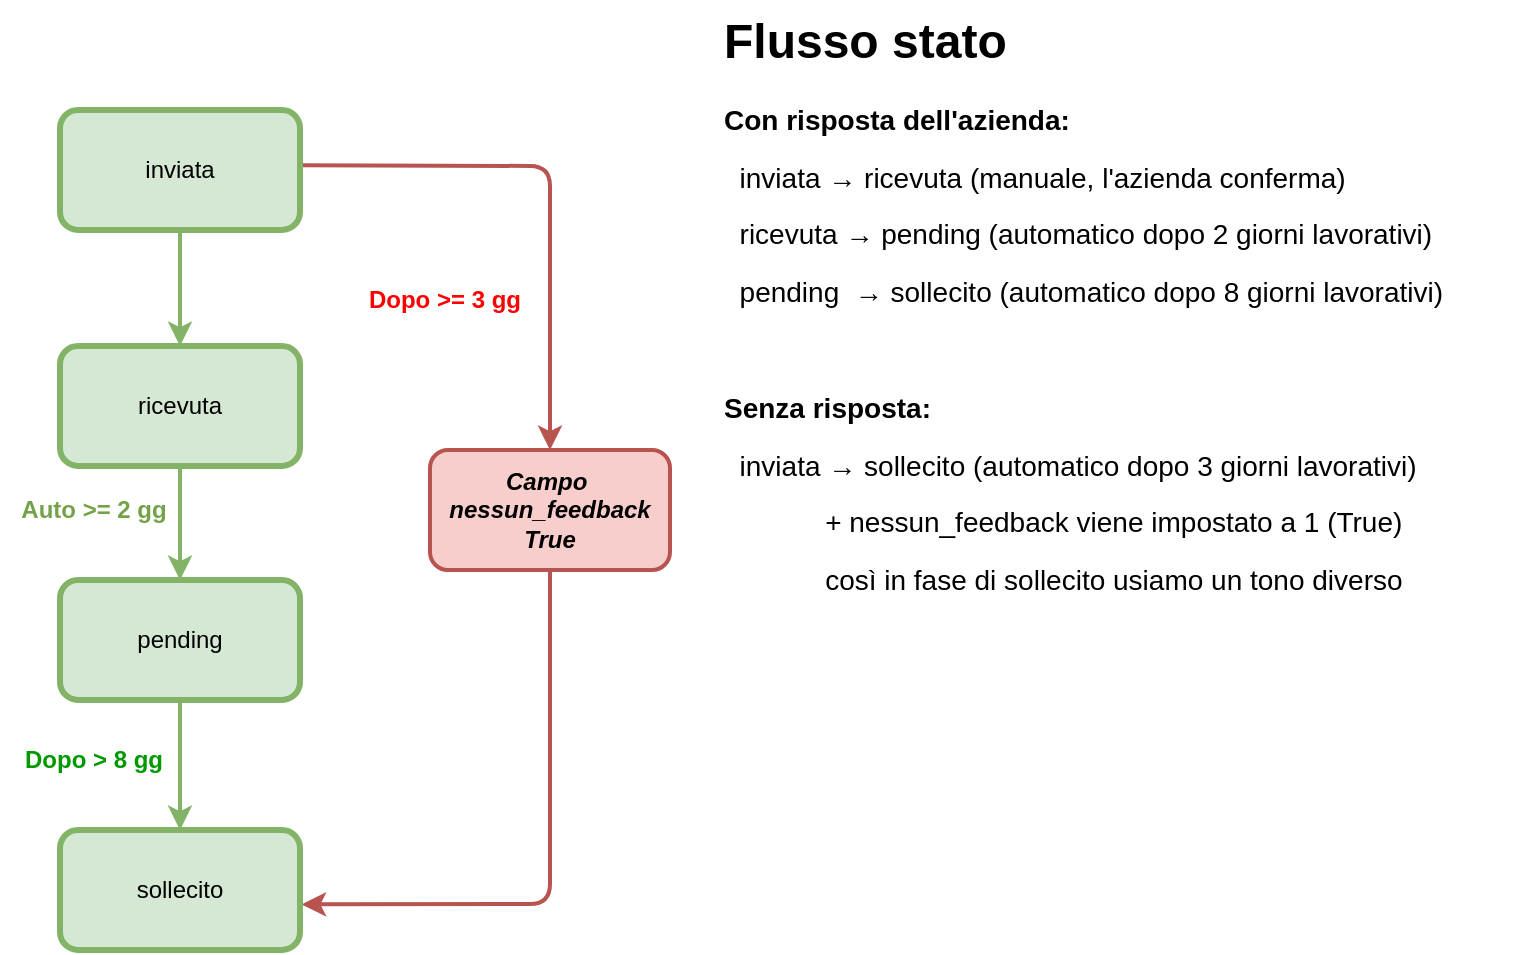
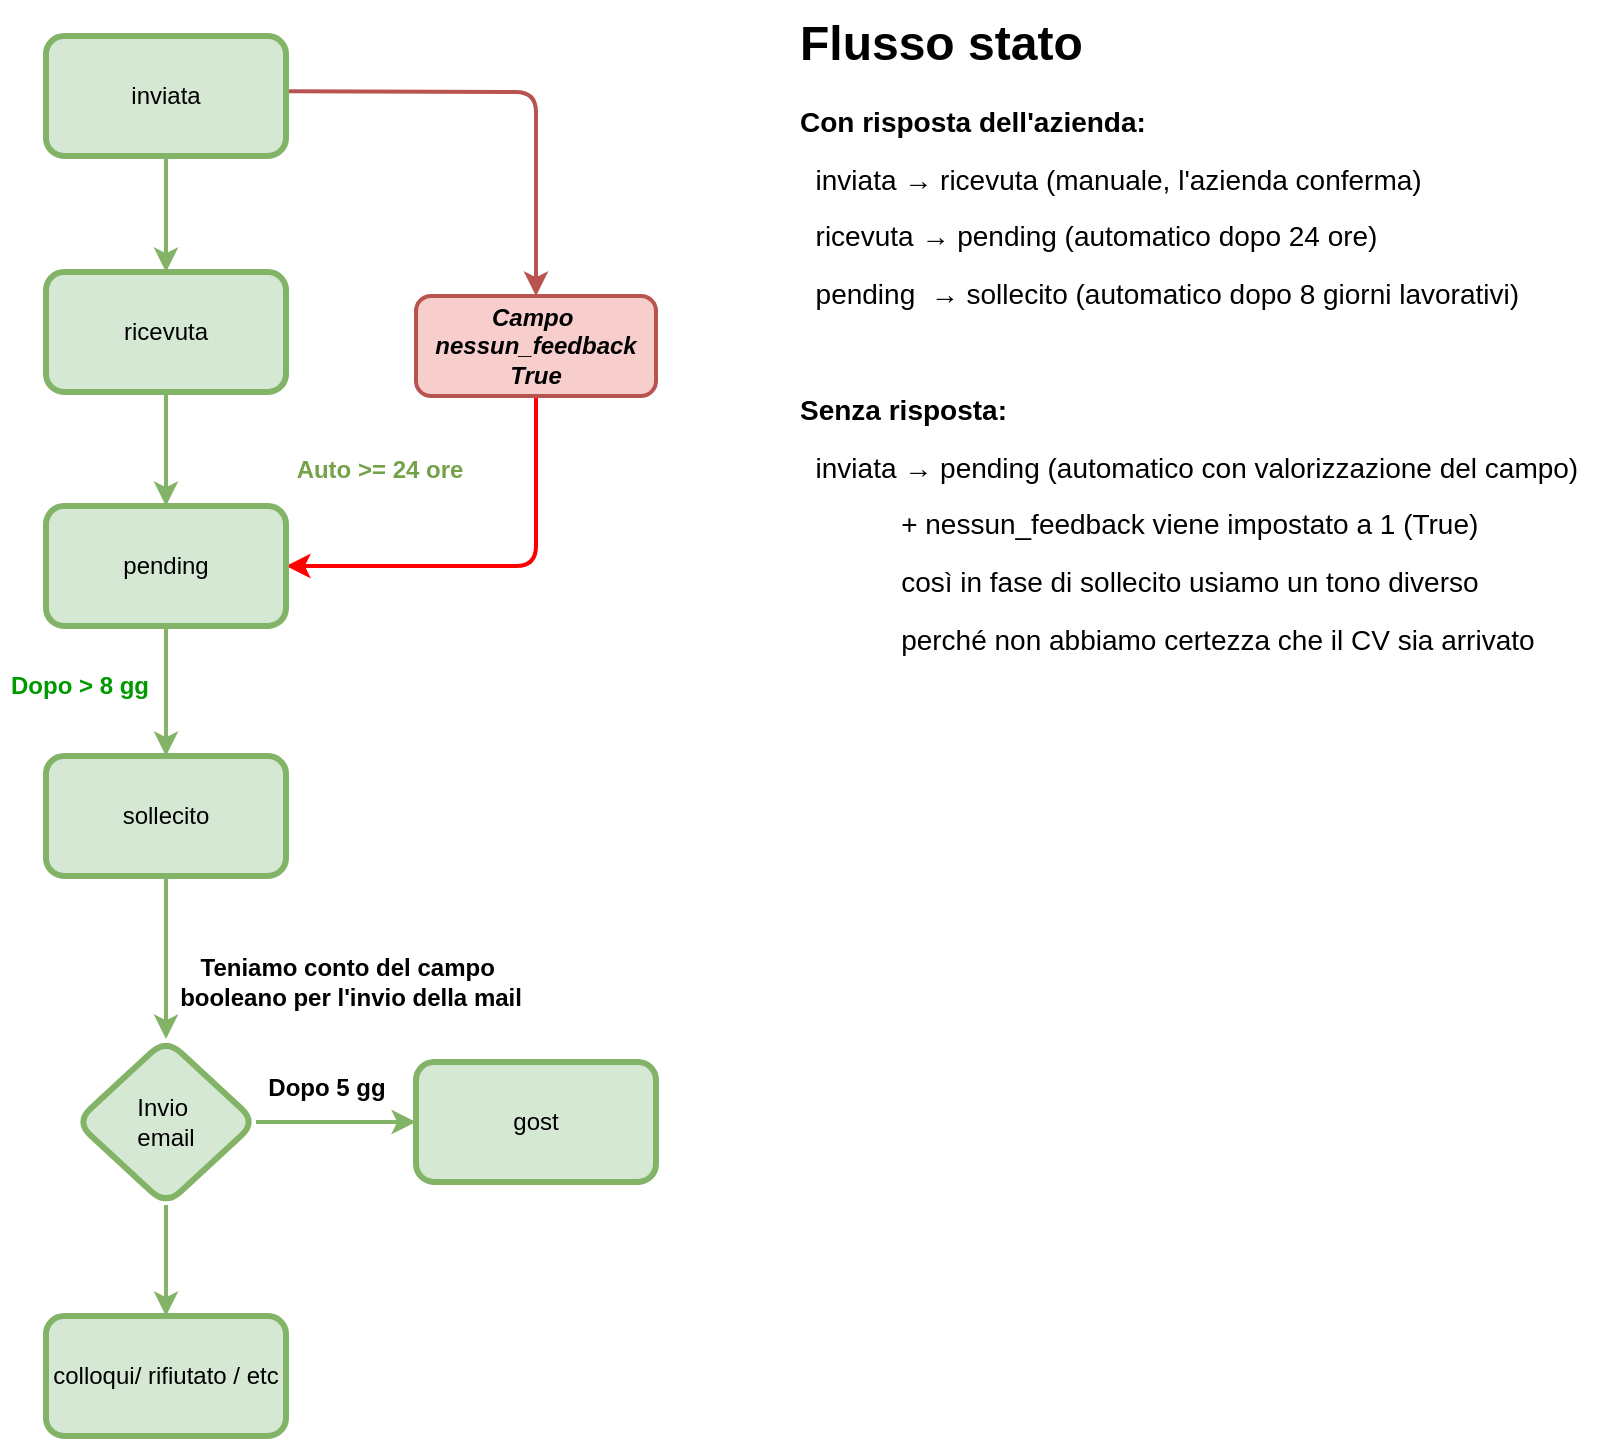
<mxfile host="65bd71144e">
    <diagram id="EIDfZSEo8bMUYzY8iJF5" name="Page-1">
-         <mxGraphModel dx="1670" dy="563" grid="1" gridSize="10" guides="1" tooltips="1" connect="1" arrows="1" fold="1" page="1" pageScale="1" pageWidth="850" pageHeight="1100" math="0" shadow="0">
+         <mxGraphModel dx="1761" dy="512" grid="1" gridSize="10" guides="1" tooltips="1" connect="1" arrows="1" fold="1" page="1" pageScale="1" pageWidth="850" pageHeight="1100" math="0" shadow="0">
            <root>
                <mxCell id="0"/>
                <mxCell id="1" parent="0"/>
                <mxCell id="21" value="" style="edgeStyle=none;html=1;strokeWidth=2;fillColor=#d5e8d4;strokeColor=#82b366;" parent="1" source="2" target="3" edge="1">
                    <mxGeometry relative="1" as="geometry"/>
                </mxCell>
                <mxCell id="25" value="" style="edgeStyle=none;html=1;entryX=0.5;entryY=0;entryDx=0;entryDy=0;strokeWidth=2;fillColor=#f8cecc;strokeColor=#b85450;" parent="1" target="4" edge="1">
                    <mxGeometry relative="1" as="geometry">
                        <mxPoint x="-680" y="97.6" as="sourcePoint"/>
                        <mxPoint x="-564.3599999999999" y="189.99999999999997" as="targetPoint"/>
                        <Array as="points">
                            <mxPoint x="-555" y="98"/>
                        </Array>
                    </mxGeometry>
                </mxCell>
                <mxCell id="2" value="inviata" style="rounded=1;whiteSpace=wrap;html=1;fillColor=#d5e8d4;strokeColor=#82b366;strokeWidth=3;" parent="1" vertex="1">
                    <mxGeometry x="-800" y="70" width="120" height="60" as="geometry"/>
                </mxCell>
-                 <mxCell id="23" style="edgeStyle=none;html=1;entryX=1.007;entryY=0.62;entryDx=0;entryDy=0;exitX=0.5;exitY=1;exitDx=0;exitDy=0;strokeWidth=2;entryPerimeter=0;fillColor=#f8cecc;strokeColor=#b85450;" parent="1" source="4" target="6" edge="1">
+                 <mxCell id="39" style="edgeStyle=none;html=1;entryX=1;entryY=0.5;entryDx=0;entryDy=0;strokeWidth=2;strokeColor=#FF0000;" edge="1" parent="1" source="4" target="5">
                    <mxGeometry relative="1" as="geometry">
                        <Array as="points">
-                             <mxPoint x="-555" y="330"/>
-                             <mxPoint x="-555" y="467"/>
+                             <mxPoint x="-555" y="335"/>
                        </Array>
                    </mxGeometry>
                </mxCell>
                <mxCell id="4" value="&lt;i&gt;&lt;b&gt;Campo&amp;nbsp;&lt;/b&gt;&lt;/i&gt;&lt;div&gt;&lt;i&gt;&lt;b&gt;nessun_feedback&lt;/b&gt;&lt;/i&gt;&lt;/div&gt;&lt;div&gt;&lt;b&gt;&lt;i&gt;True&lt;/i&gt;&lt;/b&gt;&lt;/div&gt;" style="rounded=1;whiteSpace=wrap;html=1;fillColor=#f8cecc;strokeColor=#b85450;strokeWidth=2;" parent="1" vertex="1">
-                     <mxGeometry x="-615" y="240" width="120" height="60" as="geometry"/>
+                     <mxGeometry x="-615" y="200" width="120" height="50" as="geometry"/>
                </mxCell>
                <mxCell id="14" style="edgeStyle=none;html=1;entryX=0.5;entryY=0;entryDx=0;entryDy=0;strokeWidth=2;fillColor=#d5e8d4;strokeColor=#82b366;" parent="1" source="5" target="6" edge="1">
                    <mxGeometry relative="1" as="geometry"/>
                </mxCell>
                <mxCell id="5" value="pending" style="rounded=1;whiteSpace=wrap;html=1;fillColor=#d5e8d4;strokeColor=#82b366;strokeWidth=3;" parent="1" vertex="1">
                    <mxGeometry x="-800" y="305" width="120" height="60" as="geometry"/>
                </mxCell>
+                 <mxCell id="45" value="" style="edgeStyle=none;html=1;fillColor=#d5e8d4;strokeColor=#82b366;strokeWidth=2;" edge="1" parent="1" source="6" target="44">
+                     <mxGeometry relative="1" as="geometry"/>
+                 </mxCell>
                <mxCell id="6" value="sollecito" style="rounded=1;whiteSpace=wrap;html=1;fillColor=#d5e8d4;strokeColor=#82b366;strokeWidth=3;" parent="1" vertex="1">
                    <mxGeometry x="-800" y="430" width="120" height="60" as="geometry"/>
-                 </mxCell>
-                 <mxCell id="19" value="&lt;b&gt;&lt;font style=&quot;color: rgb(255, 0, 0);&quot;&gt;Dopo &amp;gt;= 3 gg&lt;/font&gt;&lt;/b&gt;" style="text;html=1;align=center;verticalAlign=middle;whiteSpace=wrap;rounded=0;" parent="1" vertex="1">
-                     <mxGeometry x="-660" y="150" width="105" height="30" as="geometry"/>
                </mxCell>
                <mxCell id="26" style="edgeStyle=none;html=1;exitX=0.5;exitY=1;exitDx=0;exitDy=0;strokeWidth=2;entryX=0.5;entryY=0;entryDx=0;entryDy=0;fillColor=#d5e8d4;strokeColor=#82b366;" parent="1" source="3" target="5" edge="1">
                    <mxGeometry relative="1" as="geometry">
                        <mxPoint x="-740" y="340" as="targetPoint"/>
                        <Array as="points"/>
                    </mxGeometry>
                </mxCell>
                <mxCell id="3" value="ricevuta" style="rounded=1;whiteSpace=wrap;html=1;fillColor=#d5e8d4;strokeColor=#82b366;strokeWidth=3;" parent="1" vertex="1">
                    <mxGeometry x="-800" y="188" width="120" height="60" as="geometry"/>
                </mxCell>
                <mxCell id="31" value="&lt;font style=&quot;color: rgb(0, 153, 0);&quot;&gt;&lt;b&gt;Dopo &amp;gt; 8 gg&lt;/b&gt;&lt;/font&gt;" style="text;html=1;align=center;verticalAlign=middle;whiteSpace=wrap;rounded=0;fontColor=#009900;" parent="1" vertex="1">
                    <mxGeometry x="-823" y="380" width="80" height="30" as="geometry"/>
                </mxCell>
-                 <mxCell id="37" value="&lt;b&gt;Auto &amp;gt;= 2 gg&lt;/b&gt;" style="text;html=1;align=center;verticalAlign=middle;whiteSpace=wrap;rounded=0;fontStyle=0;fontColor=light-dark(#75a249, #88b45c);labelBackgroundColor=none;labelBorderColor=none;horizontal=1;" parent="1" vertex="1">
-                     <mxGeometry x="-830" y="252" width="94" height="36" as="geometry"/>
+                 <mxCell id="37" value="&lt;b&gt;Auto &amp;gt;= 24 ore&lt;/b&gt;" style="text;html=1;align=center;verticalAlign=middle;whiteSpace=wrap;rounded=0;fontStyle=0;fontColor=light-dark(#75a249, #88b45c);labelBackgroundColor=none;labelBorderColor=none;horizontal=1;" parent="1" vertex="1">
+                     <mxGeometry x="-680" y="269" width="94" height="36" as="geometry"/>
                </mxCell>
-                 <mxCell id="38" value="&lt;h1 style=&quot;margin-top: 0px;&quot;&gt;Flusso stato&lt;/h1&gt;&lt;p&gt;&lt;font style=&quot;font-size: 14px;&quot;&gt;&lt;b&gt;Con risposta dell&#39;azienda:&lt;/b&gt;&lt;/font&gt;&lt;/p&gt;&lt;p&gt;&lt;font style=&quot;font-size: 14px;&quot;&gt;&amp;nbsp; inviata → ricevuta (manuale, l&#39;azienda conferma)&lt;/font&gt;&lt;/p&gt;&lt;p&gt;&lt;font style=&quot;font-size: 14px;&quot;&gt;&amp;nbsp; ricevuta → pending (automatico dopo 2 giorni lavorativi)&lt;/font&gt;&lt;/p&gt;&lt;p&gt;&lt;font style=&quot;font-size: 14px;&quot;&gt;&amp;nbsp; pending&amp;nbsp; → sollecito (automatico dopo 8 giorni lavorativi)&lt;/font&gt;&lt;/p&gt;&lt;p&gt;&lt;font style=&quot;font-size: 14px;&quot;&gt;&lt;br&gt;&lt;/font&gt;&lt;/p&gt;&lt;p&gt;&lt;font style=&quot;font-size: 14px;&quot;&gt;&lt;b&gt;Senza risposta:&lt;/b&gt;&lt;/font&gt;&lt;/p&gt;&lt;p&gt;&lt;font style=&quot;font-size: 14px;&quot;&gt;&amp;nbsp; inviata → sollecito (automatico dopo 3 giorni lavorativi)&lt;/font&gt;&lt;/p&gt;&lt;p&gt;&lt;font style=&quot;font-size: 14px;&quot;&gt;&amp;nbsp; &amp;nbsp; &amp;nbsp; &amp;nbsp; &amp;nbsp; &amp;nbsp; &amp;nbsp;+ nessun_feedback viene impostato a 1 (True)&lt;/font&gt;&lt;/p&gt;&lt;p&gt;&lt;font style=&quot;font-size: 14px;&quot;&gt;&amp;nbsp; &amp;nbsp; &amp;nbsp; &amp;nbsp; &amp;nbsp; &amp;nbsp; &amp;nbsp;così in fase di sollecito usiamo un tono diverso&lt;/font&gt;&lt;/p&gt;&lt;p&gt;&lt;font style=&quot;font-size: 14px;&quot;&gt;&amp;nbsp; &amp;nbsp; &amp;nbsp; &amp;nbsp; &amp;nbsp; &amp;nbsp; &amp;nbsp;perché non abbiamo certezza che il CV sia arrivato&lt;/font&gt;&lt;/p&gt;" style="text;html=1;whiteSpace=wrap;overflow=hidden;rounded=0;" vertex="1" parent="1">
-                     <mxGeometry x="-470" y="15" width="400" height="300" as="geometry"/>
+                 <mxCell id="38" value="&lt;h1 style=&quot;margin-top: 0px;&quot;&gt;Flusso stato&lt;/h1&gt;&lt;p&gt;&lt;font style=&quot;font-size: 14px;&quot;&gt;&lt;b&gt;Con risposta dell&#39;azienda:&lt;/b&gt;&lt;/font&gt;&lt;/p&gt;&lt;p&gt;&lt;font style=&quot;font-size: 14px;&quot;&gt;&amp;nbsp; inviata → ricevuta (manuale, l&#39;azienda conferma)&lt;/font&gt;&lt;/p&gt;&lt;p&gt;&lt;font style=&quot;font-size: 14px;&quot;&gt;&amp;nbsp; ricevuta → pending (automatico dopo 24 ore)&lt;/font&gt;&lt;/p&gt;&lt;p&gt;&lt;font style=&quot;font-size: 14px;&quot;&gt;&amp;nbsp; pending&amp;nbsp; → sollecito (automatico dopo 8 giorni lavorativi)&lt;/font&gt;&lt;/p&gt;&lt;p&gt;&lt;font style=&quot;font-size: 14px;&quot;&gt;&lt;br&gt;&lt;/font&gt;&lt;/p&gt;&lt;p&gt;&lt;font style=&quot;font-size: 14px;&quot;&gt;&lt;b&gt;Senza risposta:&lt;/b&gt;&lt;/font&gt;&lt;/p&gt;&lt;p&gt;&lt;font style=&quot;font-size: 14px;&quot;&gt;&amp;nbsp; inviata → pending (automatico con valorizzazione del campo)&lt;/font&gt;&lt;/p&gt;&lt;p&gt;&lt;font style=&quot;font-size: 14px;&quot;&gt;&amp;nbsp; &amp;nbsp; &amp;nbsp; &amp;nbsp; &amp;nbsp; &amp;nbsp; &amp;nbsp;+ nessun_feedback viene impostato a 1 (True)&lt;/font&gt;&lt;/p&gt;&lt;p&gt;&lt;font style=&quot;font-size: 14px;&quot;&gt;&amp;nbsp; &amp;nbsp; &amp;nbsp; &amp;nbsp; &amp;nbsp; &amp;nbsp; &amp;nbsp;così in fase di sollecito usiamo un tono diverso&lt;/font&gt;&lt;/p&gt;&lt;p&gt;&lt;font style=&quot;font-size: 14px;&quot;&gt;&amp;nbsp; &amp;nbsp; &amp;nbsp; &amp;nbsp; &amp;nbsp; &amp;nbsp; &amp;nbsp;perché non abbiamo certezza che il CV sia arrivato&lt;/font&gt;&lt;/p&gt;" style="text;html=1;whiteSpace=wrap;overflow=hidden;rounded=0;" parent="1" vertex="1">
+                     <mxGeometry x="-425" y="52.5" width="400" height="345" as="geometry"/>
+                 </mxCell>
+                 <mxCell id="47" value="" style="edgeStyle=none;html=1;fillColor=#d5e8d4;strokeColor=#82b366;strokeWidth=2;" edge="1" parent="1" source="44" target="46">
+                     <mxGeometry relative="1" as="geometry"/>
+                 </mxCell>
+                 <mxCell id="49" value="" style="edgeStyle=none;html=1;fillColor=#d5e8d4;strokeColor=#82b366;strokeWidth=2;" edge="1" parent="1" source="44" target="48">
+                     <mxGeometry relative="1" as="geometry"/>
+                 </mxCell>
+                 <mxCell id="44" value="Invio&amp;nbsp;&lt;div&gt;email&lt;/div&gt;" style="rhombus;whiteSpace=wrap;html=1;fillColor=#d5e8d4;strokeColor=#82b366;rounded=1;strokeWidth=3;" vertex="1" parent="1">
+                     <mxGeometry x="-785" y="571.5" width="90" height="83" as="geometry"/>
+                 </mxCell>
+                 <mxCell id="46" value="gost" style="whiteSpace=wrap;html=1;fillColor=#d5e8d4;strokeColor=#82b366;rounded=1;strokeWidth=3;" vertex="1" parent="1">
+                     <mxGeometry x="-615" y="583" width="120" height="60" as="geometry"/>
+                 </mxCell>
+                 <mxCell id="48" value="colloqui/ rifiutato / etc" style="whiteSpace=wrap;html=1;fillColor=#d5e8d4;strokeColor=#82b366;rounded=1;strokeWidth=3;" vertex="1" parent="1">
+                     <mxGeometry x="-800" y="710" width="120" height="60" as="geometry"/>
+                 </mxCell>
+                 <mxCell id="50" value="&lt;b&gt;Dopo 5 gg&lt;/b&gt;&lt;div&gt;&lt;br&gt;&lt;/div&gt;" style="text;html=1;align=center;verticalAlign=middle;resizable=0;points=[];autosize=1;strokeColor=none;fillColor=none;" vertex="1" parent="1">
+                     <mxGeometry x="-700" y="583" width="80" height="40" as="geometry"/>
+                 </mxCell>
+                 <mxCell id="51" value="&lt;b&gt;Teniamo conto del campo&amp;nbsp;&lt;/b&gt;&lt;div&gt;&lt;b&gt;booleano per l&#39;invio della mail&lt;/b&gt;&lt;/div&gt;" style="text;html=1;align=center;verticalAlign=middle;resizable=0;points=[];autosize=1;strokeColor=none;fillColor=none;" vertex="1" parent="1">
+                     <mxGeometry x="-743" y="523" width="190" height="40" as="geometry"/>
                </mxCell>
            </root>
        </mxGraphModel>
    </diagram>
</mxfile>